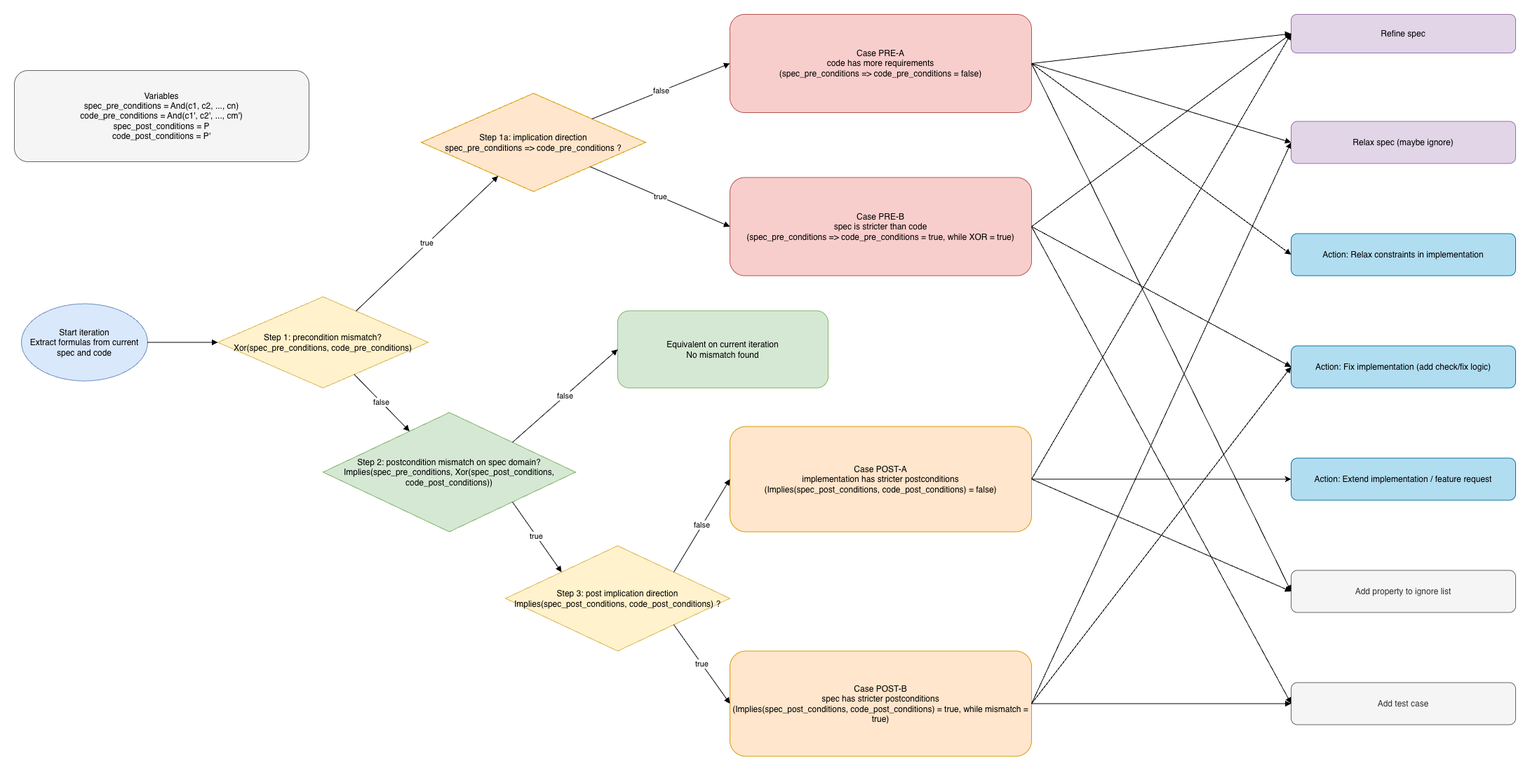
Before: scheme.drawio.png, a diagram exported from draw.io (timur-harin/dualify). Source tidied: cells renumbered, new cells last; positions are measured from the earlier drawing's top-left corner, leaving out a move shared by most shapes.
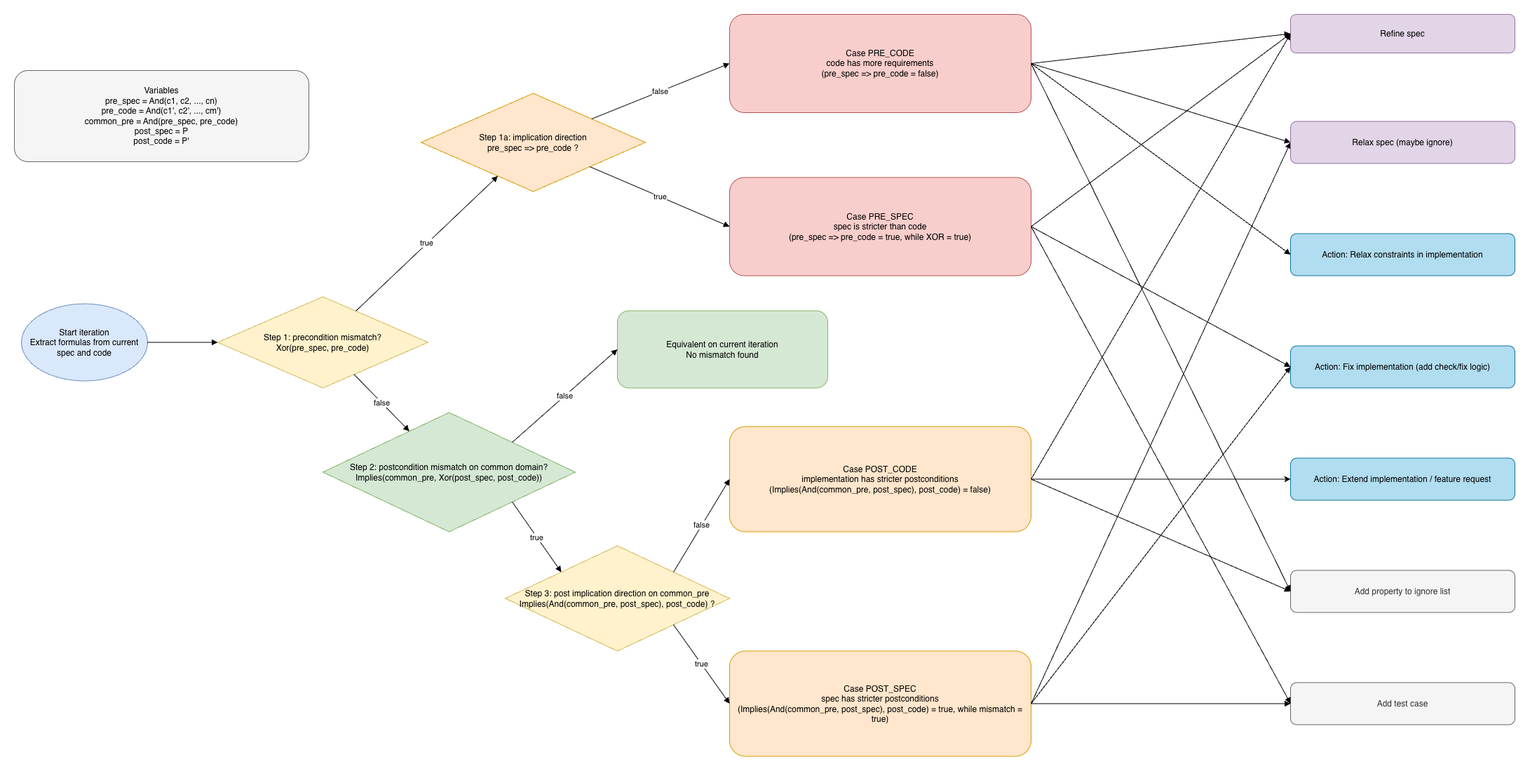
The same diagram one commit later.

Diff of the diagram source:
```diff
@@ -2,40 +2,40 @@
   <root>
     <mxCell id="0" />
     <mxCell id="1" parent="0" />
-    <mxCell id="2" value="Variables&#10;spec_pre_conditions = And(c1, c2, ..., cn)&#10;code_pre_conditions = And(c1', c2', ..., cm')&#10;spec_post_conditions = P&#10;code_post_conditions = P'" style="rounded=1;whiteSpace=wrap;html=1;fillColor=#f5f5f5;strokeColor=#666666;" parent="1" vertex="1">
+    <mxCell id="2" value="Variables&#10;pre_spec = And(c1, c2, ..., cn)&#10;pre_code = And(c1', c2', ..., cm')&#10;common_pre = And(pre_spec, pre_code)&#10;post_spec = P&#10;post_code = P'" style="rounded=1;whiteSpace=wrap;html=1;fillColor=#f5f5f5;strokeColor=#666666;" parent="1" vertex="1">
       <mxGeometry y="80" width="420" height="130" as="geometry" />
     </mxCell>
     <mxCell id="3" value="Start iteration&#10;Extract formulas from current spec and code" style="ellipse;whiteSpace=wrap;html=1;fillColor=#dae8fc;strokeColor=#6c8ebf;" parent="1" vertex="1">
       <mxGeometry x="10" y="412.5" width="180" height="110" as="geometry" />
     </mxCell>
-    <mxCell id="4" value="Step 1: precondition mismatch?&#10;Xor(spec_pre_conditions, code_pre_conditions)" style="rhombus;whiteSpace=wrap;html=1;fillColor=#fff2cc;strokeColor=#d6b656;" parent="1" vertex="1">
+    <mxCell id="4" value="Step 1: precondition mismatch?&#10;Xor(pre_spec, pre_code)" style="rhombus;whiteSpace=wrap;html=1;fillColor=#fff2cc;strokeColor=#d6b656;" parent="1" vertex="1">
       <mxGeometry x="290" y="402.5" width="300" height="130" as="geometry" />
     </mxCell>
-    <mxCell id="5" value="Step 1a: implication direction&#10;spec_pre_conditions =&gt; code_pre_conditions ?" style="rhombus;whiteSpace=wrap;html=1;fillColor=#ffe6cc;strokeColor=#d79b00;" parent="1" vertex="1">
+    <mxCell id="5" value="Step 1a: implication direction&#10;pre_spec =&gt; pre_code ?" style="rhombus;whiteSpace=wrap;html=1;fillColor=#ffe6cc;strokeColor=#d79b00;" parent="1" vertex="1">
       <mxGeometry x="580" y="112.5" width="320" height="140" as="geometry" />
     </mxCell>
-    <mxCell id="6" value="Case PRE-A&#10;code has more requirements&#10;(spec_pre_conditions =&gt; code_pre_conditions = false)" style="rounded=1;whiteSpace=wrap;html=1;fillColor=#f8cecc;strokeColor=#b85450;" parent="1" vertex="1">
+    <mxCell id="6" value="Case PRE_CODE&#10;code has more requirements&#10;(pre_spec =&gt; pre_code = false)" style="rounded=1;whiteSpace=wrap;html=1;fillColor=#f8cecc;strokeColor=#b85450;" parent="1" vertex="1">
       <mxGeometry x="1020" width="430" height="140" as="geometry" />
     </mxCell>
-    <mxCell id="7" value="Case PRE-B&#10;spec is stricter than code&#10;(spec_pre_conditions =&gt; code_pre_conditions = true, while XOR = true)" style="rounded=1;whiteSpace=wrap;html=1;fillColor=#f8cecc;strokeColor=#b85450;" parent="1" vertex="1">
+    <mxCell id="7" value="Case PRE_SPEC&#10;spec is stricter than code&#10;(pre_spec =&gt; pre_code = true, while XOR = true)" style="rounded=1;whiteSpace=wrap;html=1;fillColor=#f8cecc;strokeColor=#b85450;" parent="1" vertex="1">
       <mxGeometry x="1020" y="232.5" width="430" height="140" as="geometry" />
     </mxCell>
-    <mxCell id="8" value="Step 2: postcondition mismatch on spec domain?&#10;Implies(spec_pre_conditions, Xor(spec_post_conditions, code_post_conditions))" style="rhombus;whiteSpace=wrap;html=1;fillColor=#d5e8d4;strokeColor=#82b366;" parent="1" vertex="1">
+    <mxCell id="8" value="Step 2: postcondition mismatch on common domain?&#10;Implies(common_pre, Xor(post_spec, post_code))" style="rhombus;whiteSpace=wrap;html=1;fillColor=#d5e8d4;strokeColor=#82b366;" parent="1" vertex="1">
       <mxGeometry x="440" y="567.5" width="360" height="170" as="geometry" />
     </mxCell>
     <mxCell id="9" value="Equivalent on current iteration&#10;No mismatch found" style="rounded=1;whiteSpace=wrap;html=1;fillColor=#d5e8d4;strokeColor=#82b366;" parent="1" vertex="1">
       <mxGeometry x="860" y="422.5" width="300" height="110" as="geometry" />
     </mxCell>
-    <mxCell id="10" value="Step 3: post implication direction&#10;Implies(spec_post_conditions, code_post_conditions) ?" style="rhombus;whiteSpace=wrap;html=1;fillColor=#fff2cc;strokeColor=#d6b656;" parent="1" vertex="1">
+    <mxCell id="10" value="Step 3: post implication direction on common_pre&#10;Implies(And(common_pre, post_spec), post_code) ?" style="rhombus;whiteSpace=wrap;html=1;fillColor=#fff2cc;strokeColor=#d6b656;" parent="1" vertex="1">
       <mxGeometry x="700" y="757.5" width="320" height="150" as="geometry" />
     </mxCell>
     <mxCell id="11" style="rounded=0;jettySize=auto;html=1;strokeColor=default;" parent="1" edge="1" source="12" target="18">
       <mxGeometry relative="1" as="geometry" />
     </mxCell>
-    <mxCell id="12" value="Case POST-A&#10;implementation has stricter postconditions&#10;(Implies(spec_post_conditions, code_post_conditions) = false)" style="rounded=1;whiteSpace=wrap;html=1;fillColor=#ffe6cc;strokeColor=#d79b00;" parent="1" vertex="1">
+    <mxCell id="12" value="Case POST_CODE&#10;implementation has stricter postconditions&#10;(Implies(And(common_pre, post_spec), post_code) = false)" style="rounded=1;whiteSpace=wrap;html=1;fillColor=#ffe6cc;strokeColor=#d79b00;" parent="1" vertex="1">
       <mxGeometry x="1020" y="587.5" width="430" height="150" as="geometry" />
     </mxCell>
-    <mxCell id="13" value="Case POST-B&#10;spec has stricter postconditions&#10;(Implies(spec_post_conditions, code_post_conditions) = true, while mismatch = true)" style="rounded=1;whiteSpace=wrap;html=1;fillColor=#ffe6cc;strokeColor=#d79b00;" parent="1" vertex="1">
+    <mxCell id="13" value="Case POST_SPEC&#10;spec has stricter postconditions&#10;(Implies(And(common_pre, post_spec), post_code) = true, while mismatch = true)" style="rounded=1;whiteSpace=wrap;html=1;fillColor=#ffe6cc;strokeColor=#d79b00;" parent="1" vertex="1">
       <mxGeometry x="1020" y="907.5" width="430" height="150" as="geometry" />
     </mxCell>
     <mxCell id="14" value="Refine spec" style="rounded=1;whiteSpace=wrap;html=1;fillColor=#e1d5e7;strokeColor=#9673a6;" parent="1" vertex="1">
```
